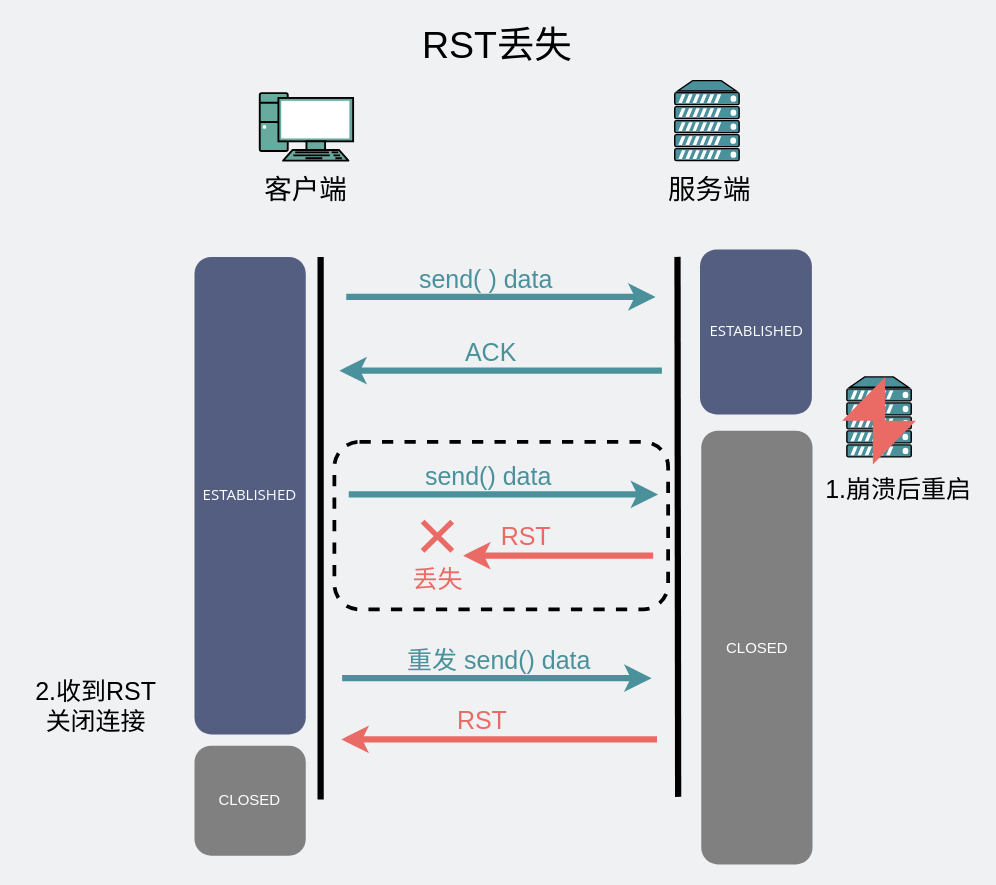
The draw.io diagram network/RST丢失.drawio in xiaobaiTech/image, before the edit. Source tidied: cells renumbered, new cells numbered last; positions are measured from the earlier drawing's top-left corner, leaving out a move shared by most shapes. Both pictures are drawn from the tidied source at 125%, with x=0, y=0 at pixel (21, 26).
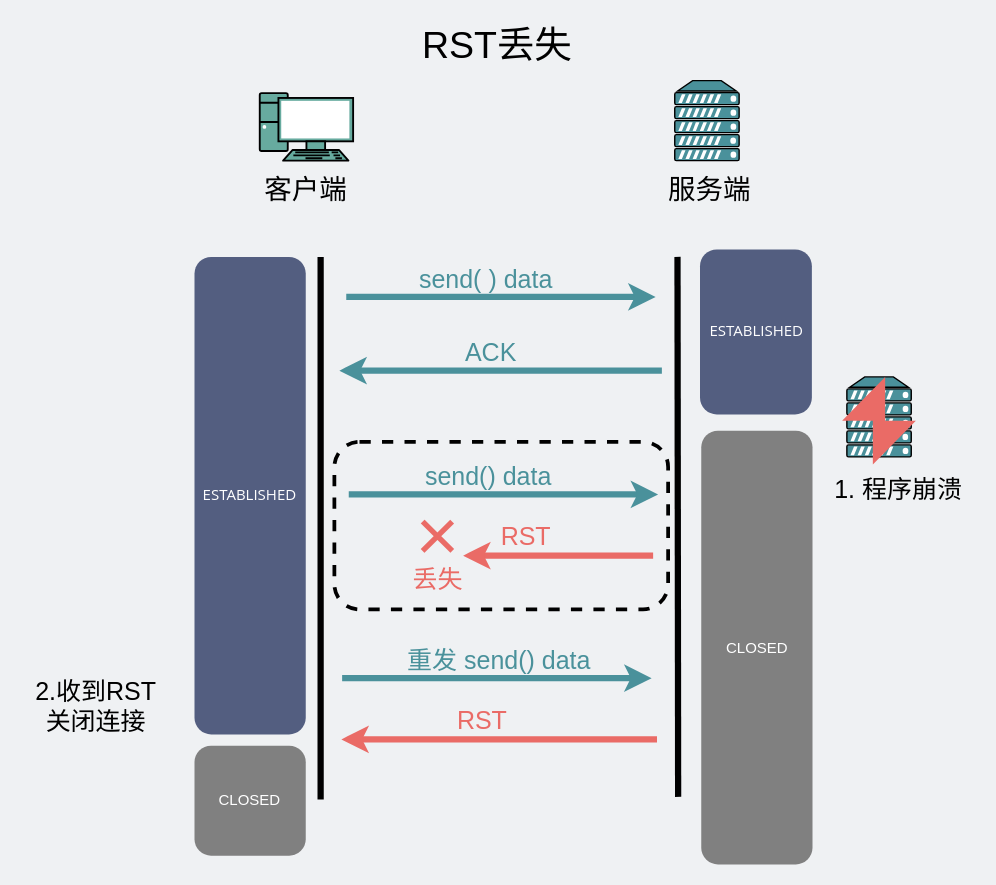
The same diagram, later.

Change to the diagram source:
```diff
@@
-    <mxCell id="19" value="&lt;font style=&quot;font-size: 20px&quot;&gt;1.崩溃后重启&lt;/font&gt;" style="text;html=1;strokeColor=none;fillColor=none;align=center;verticalAlign=middle;whiteSpace=wrap;rounded=0;" parent="1" vertex="1">
+    <mxCell id="19" value="&lt;font style=&quot;font-size: 20px&quot;&gt;1. 程序崩溃&lt;/font&gt;" style="text;html=1;strokeColor=none;fillColor=none;align=center;verticalAlign=middle;whiteSpace=wrap;rounded=0;" parent="1" vertex="1">
       <mxGeometry x="640.3" y="352" width="122.7" height="33" as="geometry" />
     </mxCell>
```
